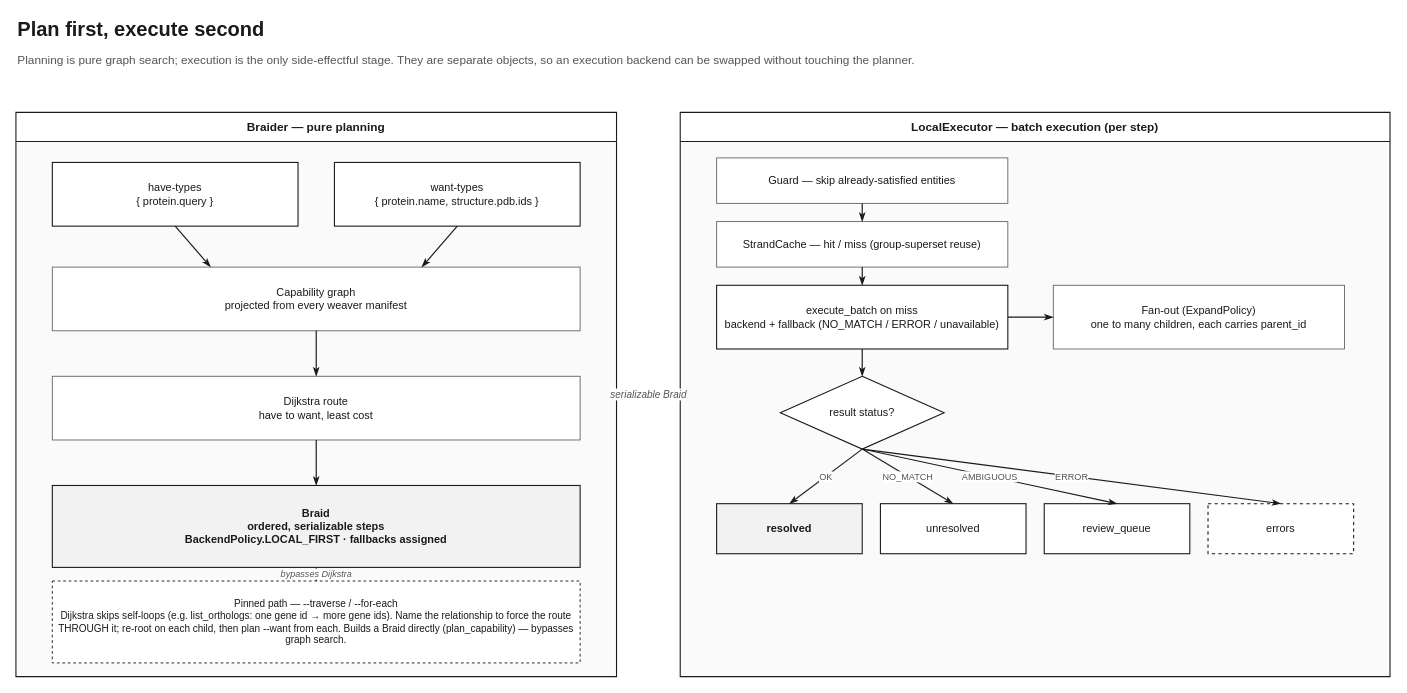
The draw.io diagram page "Plan and execute" (4 of 6) of docs/diagrams/braidworks_portfolio_diagrams.drawio in rafaelmdc/braidworks, before the edit. Source tidied: cells renumbered, new cells numbered last; positions are measured from the earlier drawing's top-left corner, leaving out a move shared by most shapes. Both pictures are drawn from the tidied source at 91%, with x=0, y=0 at pixel (15, 15).
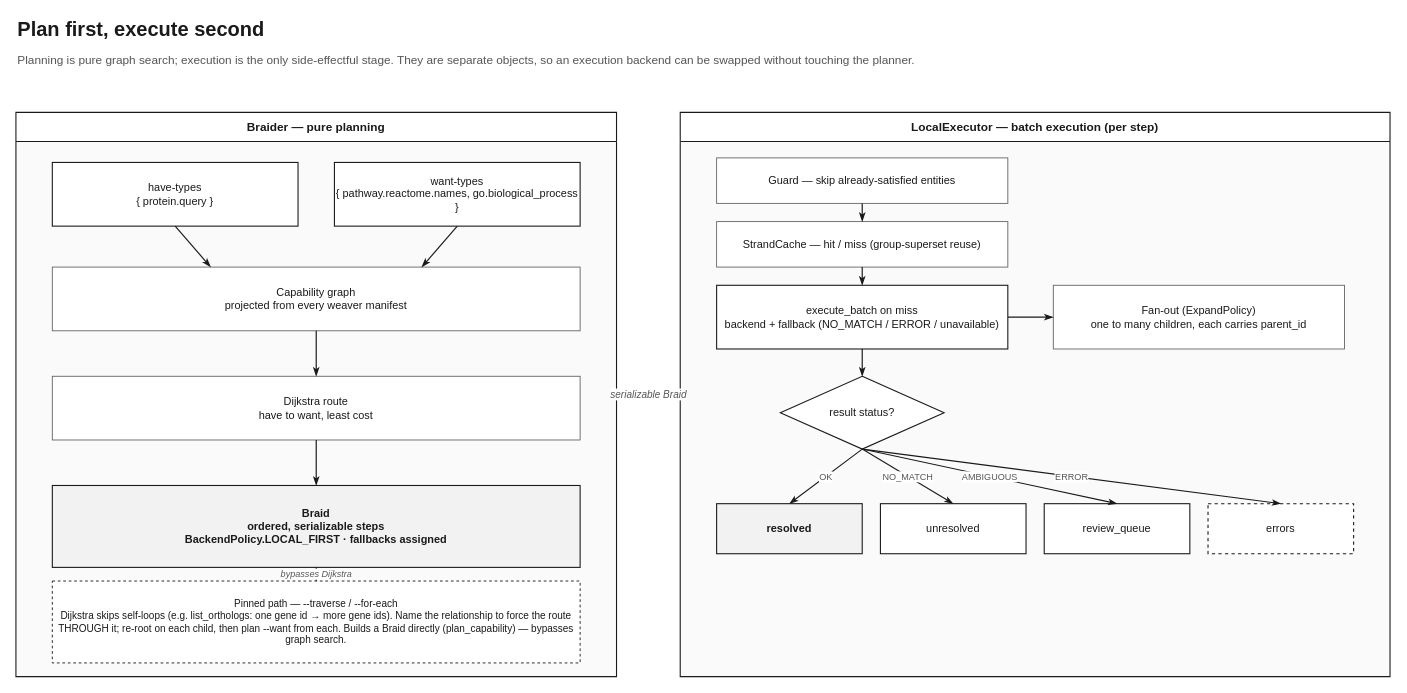
The same diagram, later.

The change refers to these unchanged cells:
```xml
<mxCell id="4" value="Braider — pure planning" style="swimlane;whiteSpace=wrap;html=1;startSize=32;rounded=0;fillColor=#FFFFFF;strokeColor=#1A1A1A;fontColor=#1A1A1A;fontSize=13;fontStyle=1;fontFamily=Helvetica;strokeWidth=1.2;swimlaneFillColor=#FAFAFA;" parent="1" vertex="1">
  <mxGeometry y="106" width="660" height="620" as="geometry" />
</mxCell>
```

Diff of the diagram source:
```diff
@@
-    <mxCell id="6" value="want-types&#10;{ protein.name, structure.pdb.ids }" style="rounded=0;whiteSpace=wrap;html=1;fillColor=#FFFFFF;strokeColor=#1A1A1A;fontColor=#1A1A1A;fontSize=12;fontFamily=Helvetica;strokeWidth=1.2;" parent="4" vertex="1">
+    <mxCell id="6" value="want-types&#10;{ pathway.reactome.names, go.biological_process }" style="rounded=0;whiteSpace=wrap;html=1;fillColor=#FFFFFF;strokeColor=#1A1A1A;fontColor=#1A1A1A;fontSize=12;fontFamily=Helvetica;strokeWidth=1.2;" parent="4" vertex="1">
       <mxGeometry x="350" y="55" width="270" height="70" as="geometry" />
     </mxCell>
```
